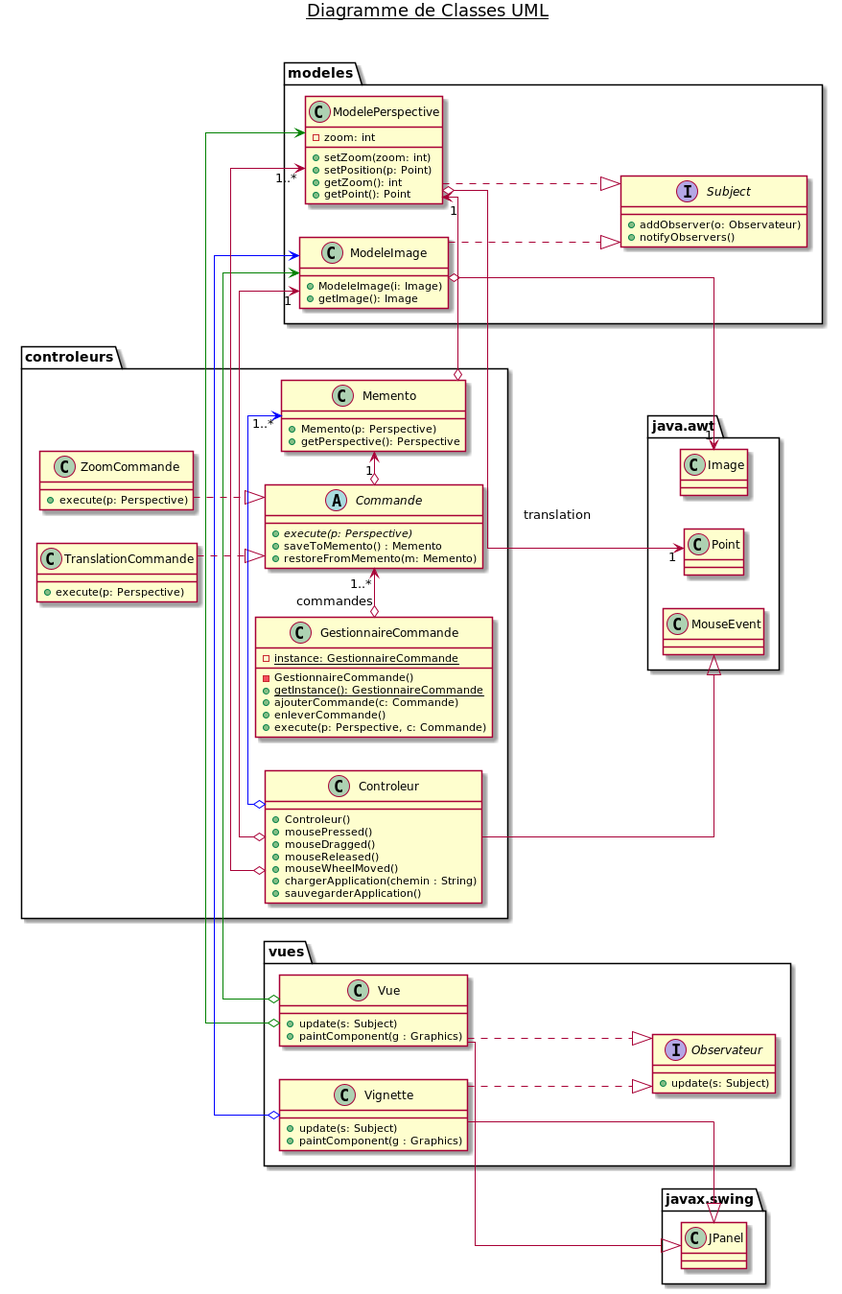
The PlantUML diagram diagramme_classes.png in ucostantini/laboratoire3, before a commit.
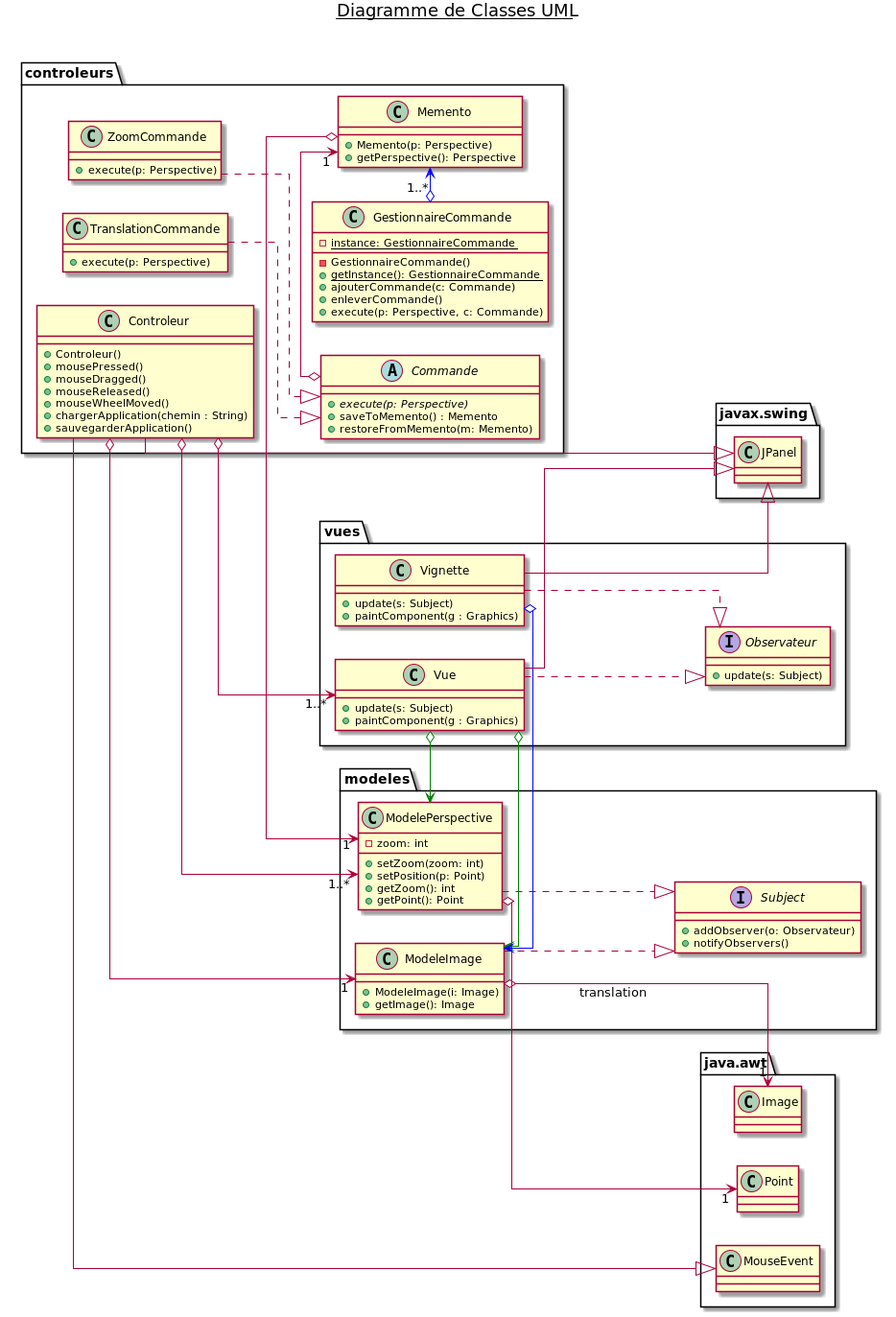
Above is the later version.

Commit message:
creation squelette controleur, classe principale (main)

Diff of the diagram source:
```diff
@@ -125,13 +125,14 @@
 
 controleurs.ZoomCommande ..|> controleurs.Commande
 controleurs.TranslationCommande ..|> controleurs.Commande
-controleurs.GestionnaireCommande "1..*" o->  controleurs.Commande : commandes
 controleurs.Commande o-> "1" controleurs.Memento
 controleurs.Memento o-> "1" modeles.ModelePerspective
 controleurs.Controleur --|> java.awt.MouseEvent
 controleurs.Controleur o-> "1..*" modeles.ModelePerspective
 controleurs.Controleur o-> "1" modeles.ModeleImage
-controleurs.Controleur o-[#blue]> "1..*" controleurs.Memento
+controleurs.GestionnaireCommande o-[#blue]> "1..*" controleurs.Memento
+controleurs.Controleur o-> "1..*" vues.Vue
+controleurs.Controleur --|> javax.swing.JPanel
 
 
 @enduml
```
